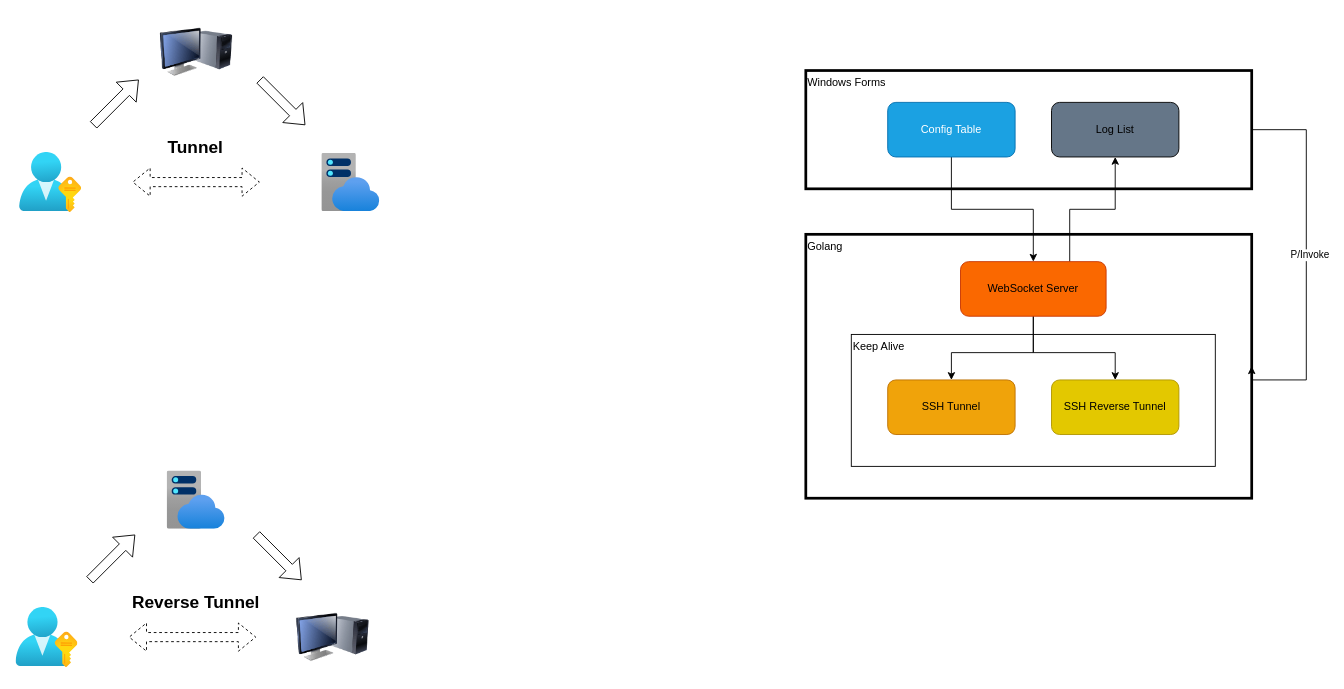
sxydh/sshtunnel keeps this draw.io diagram as doc/architecture.drawio. Above is the earlier version. Source tidied: cells renumbered, new cells numbered last; positions are measured from the earlier drawing's top-left corner, leaving out a move shared by most shapes. Both pictures are drawn from the tidied source at 91%, with x=0, y=0 at pixel (15, 15).
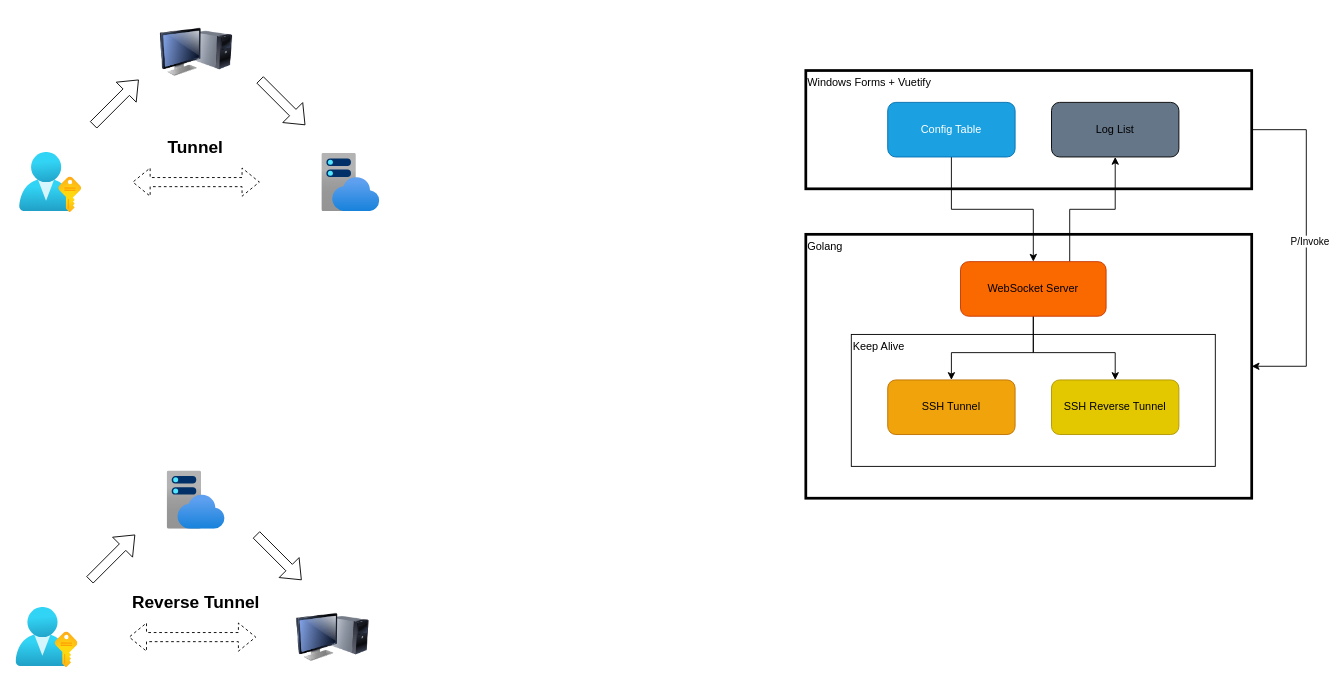
The same diagram, later.

Unchanged cells that the change refers to:
```xml
<mxCell id="2" value="Golang" style="rounded=0;whiteSpace=wrap;html=1;verticalAlign=top;align=left;strokeWidth=3;" parent="1" vertex="1">
  <mxGeometry x="868" y="240" width="490" height="290" as="geometry" />
</mxCell>
```

The edit, as a diff of the source:
```diff
@@
     <mxCell id="4" style="edgeStyle=orthogonalEdgeStyle;rounded=0;jettySize=auto;html=1;entryX=1;entryY=0.5;entryDx=0;entryDy=0;exitX=1;exitY=0.5;exitDx=0;exitDy=0;" parent="1" edge="1" source="6" target="2">
       <mxGeometry relative="1" as="geometry">
         <Array as="points">
           <mxPoint x="1418" y="125" />
-          <mxPoint x="1418" y="400" />
+          <mxPoint x="1418" y="385" />
         </Array>
       </mxGeometry>
     </mxCell>
@@
-    <mxCell id="6" value="Windows Forms" style="rounded=0;whiteSpace=wrap;html=1;strokeWidth=3;verticalAlign=top;align=left;" parent="1" vertex="1">
+    <mxCell id="6" value="Windows Forms + Vuetify" style="rounded=0;whiteSpace=wrap;html=1;strokeWidth=3;verticalAlign=top;align=left;" parent="1" vertex="1">
       <mxGeometry x="868" y="60" width="490" height="130" as="geometry" />
     </mxCell>
```
